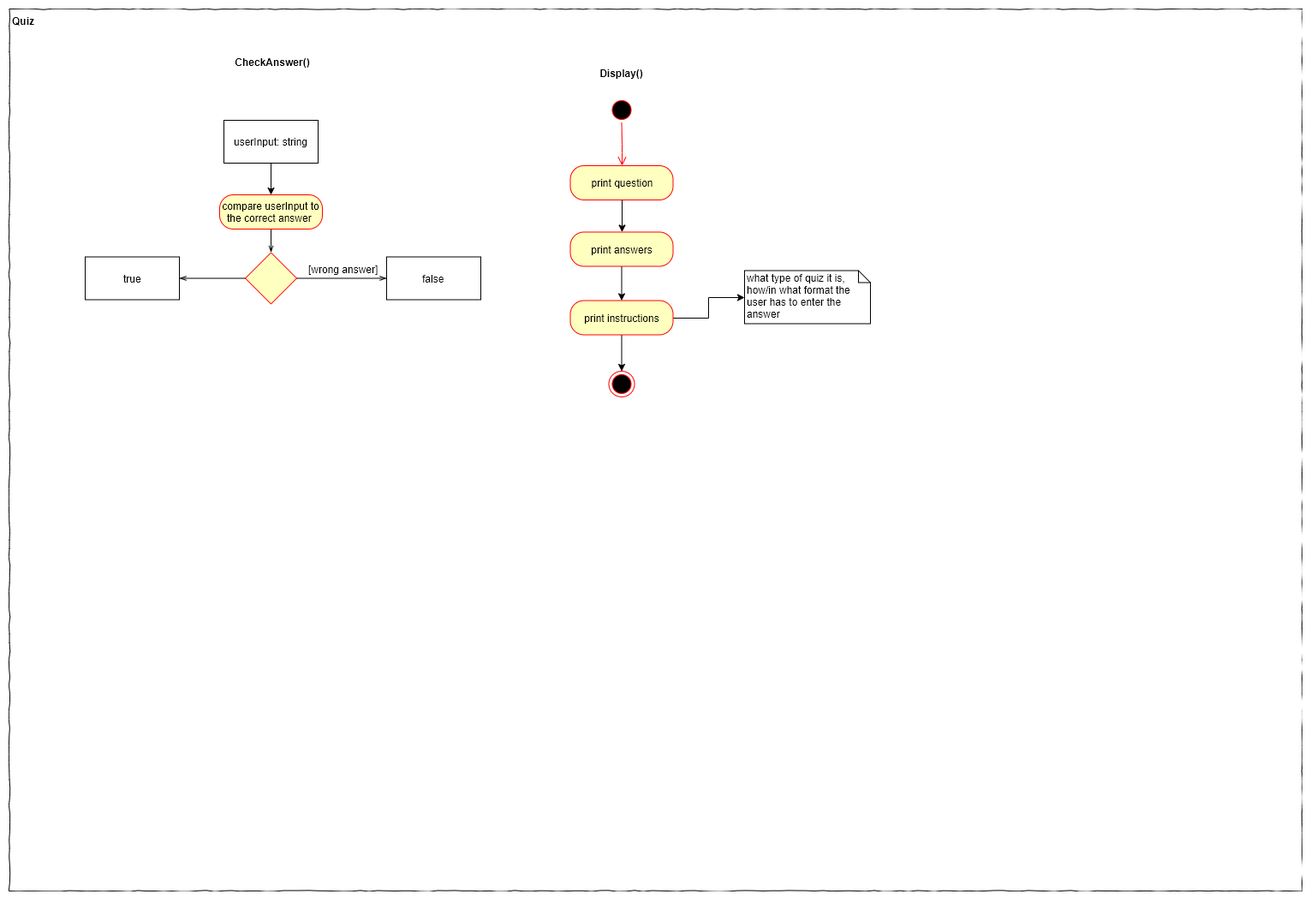
Earlier version of the draw.io export UML Diagramme/Quiz/Quiz-Quiz.png (Lichtfarbenspiel/Softwaredesign). Source tidied: cells renumbered, new cells last; positions are measured from the earlier drawing's top-left corner, leaving out a move shared by most shapes.
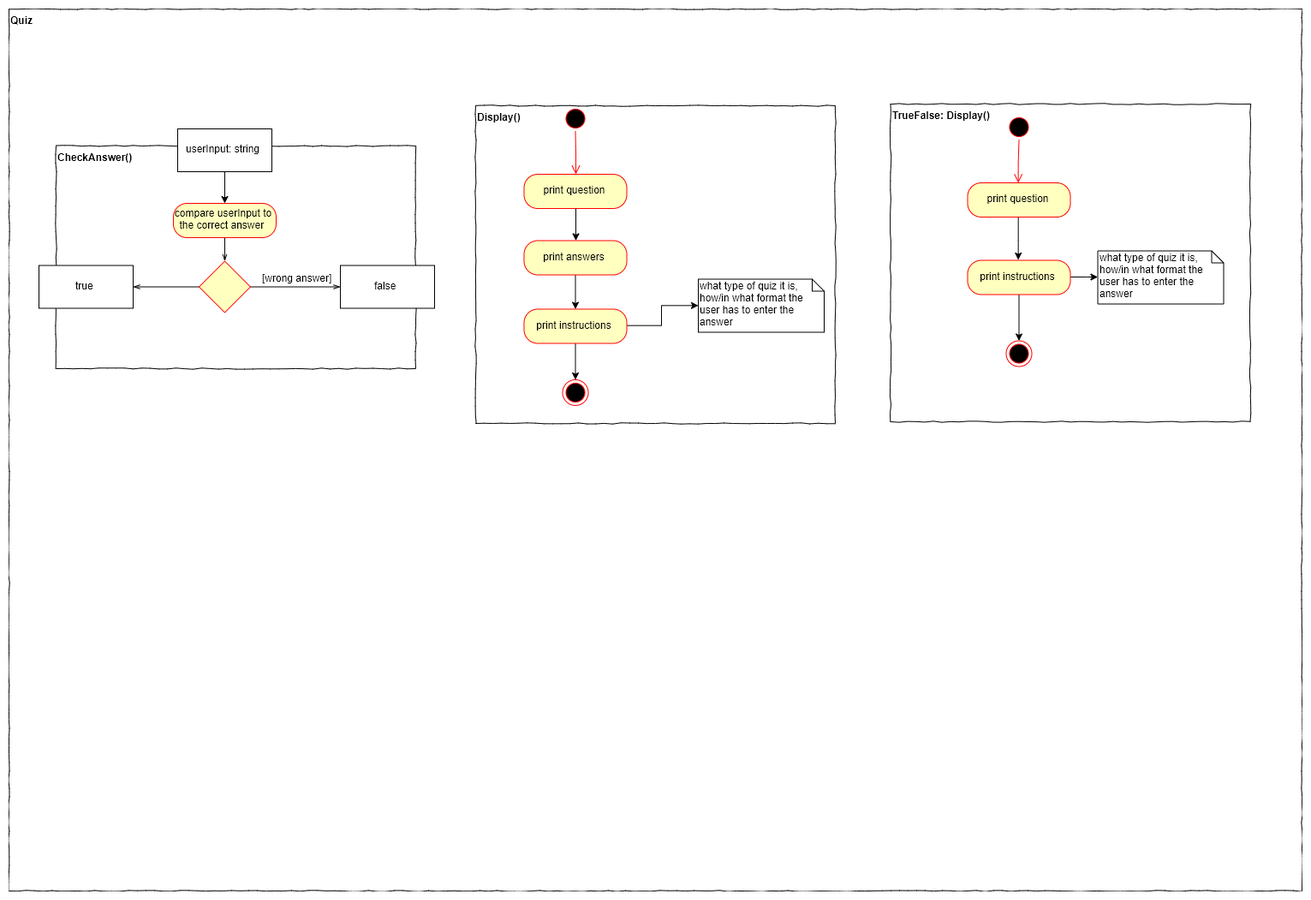
Above is the later version.

Commit message:
Quiz diagram

Change to the diagram source:
```diff
@@ -3,11 +3,14 @@
     <mxCell id="0" />
     <mxCell id="1" parent="0" />
     <mxCell id="2" value="&lt;div style=&quot;text-align: left&quot;&gt;&lt;b&gt;Quiz&lt;/b&gt;&lt;/div&gt;" style="rounded=0;whiteSpace=wrap;html=1;shadow=0;glass=0;comic=1;strokeColor=#000000;labelPosition=center;verticalLabelPosition=middle;align=left;verticalAlign=top;absoluteArcSize=1;arcSize=50;" parent="1" vertex="1">
-      <mxGeometry x="-0.5" width="1510" height="1030" as="geometry" />
+      <mxGeometry x="53" y="-10" width="1510" height="1030" as="geometry" />
     </mxCell>
-    <mxCell id="3" value="Display()" style="text;align=center;fontStyle=1;verticalAlign=middle;spacingLeft=3;spacingRight=3;strokeColor=none;fillColor=#FFFFFF;" parent="1" vertex="1">
-      <mxGeometry x="674.5" y="63" width="80" height="26" as="geometry" />
+    <mxCell id="3" value="&lt;div style=&quot;text-align: left&quot;&gt;&lt;span style=&quot;font-weight: 700 ; text-align: center ; white-space: nowrap&quot;&gt;Display()&lt;/span&gt;&lt;br&gt;&lt;/div&gt;" style="rounded=0;whiteSpace=wrap;html=1;shadow=0;glass=0;comic=1;strokeColor=#000000;labelPosition=center;verticalLabelPosition=middle;align=left;verticalAlign=top;absoluteArcSize=1;arcSize=50;" parent="1" vertex="1">
+      <mxGeometry x="598" y="103" width="420" height="371" as="geometry" />
     </mxCell>
+    <mxCell id="13" value="&lt;div style=&quot;text-align: left&quot;&gt;&lt;span style=&quot;font-weight: 700 ; text-align: center ; white-space: nowrap&quot;&gt;CheckAnswer()&lt;/span&gt;&lt;br&gt;&lt;/div&gt;" style="rounded=0;whiteSpace=wrap;html=1;shadow=0;glass=0;comic=1;strokeColor=#000000;labelPosition=center;verticalLabelPosition=middle;align=left;verticalAlign=top;absoluteArcSize=1;arcSize=50;" parent="1" vertex="1">
+      <mxGeometry x="108" y="150" width="420" height="260" as="geometry" />
+    </mxCell>
     <mxCell id="4" style="ellipse;html=1;shape=startState;fillColor=#000000;strokeColor=#ff0000;" parent="1" vertex="1">
       <mxGeometry x="699.5" y="103" width="30" height="30" as="geometry" />
     </mxCell>
@@ -35,9 +38,6 @@
     <mxCell id="12" value="print instructions" style="rounded=1;whiteSpace=wrap;html=1;arcSize=40;fontColor=#000000;fillColor=#ffffc0;strokeColor=#ff0000;" parent="1" vertex="1">
       <mxGeometry x="654.5" y="340.5" width="120" height="40" as="geometry" />
     </mxCell>
-    <mxCell id="13" value="CheckAnswer()" style="text;align=center;fontStyle=1;verticalAlign=middle;spacingLeft=3;spacingRight=3;strokeColor=none;fillColor=#FFFFFF;" parent="1" vertex="1">
-      <mxGeometry x="267" y="50" width="80" height="26" as="geometry" />
-    </mxCell>
     <mxCell id="14" style="edgeStyle=orthogonalEdgeStyle;rounded=0;jettySize=auto;html=1;endArrow=openThin;endFill=0;" parent="1" edge="1" source="15" target="21">
       <mxGeometry relative="1" as="geometry" />
     </mxCell>
@@ -74,5 +74,35 @@
     <mxCell id="25" value="what type of quiz it is, how/in what format the user has to enter the answer" style="shape=note;whiteSpace=wrap;html=1;size=14;verticalAlign=top;align=left;spacingTop=-6;" parent="1" vertex="1">
       <mxGeometry x="858" y="305.5" width="147" height="62" as="geometry" />
     </mxCell>
+    <mxCell id="26" value="&lt;div style=&quot;text-align: left&quot;&gt;&lt;span style=&quot;font-weight: 700 ; text-align: center ; white-space: nowrap&quot;&gt;TrueFalse: Display()&amp;nbsp;&lt;/span&gt;&lt;br&gt;&lt;/div&gt;" style="rounded=0;whiteSpace=wrap;html=1;shadow=0;glass=0;comic=1;strokeColor=#000000;labelPosition=center;verticalLabelPosition=middle;align=left;verticalAlign=top;absoluteArcSize=1;arcSize=50;" parent="1" vertex="1">
+      <mxGeometry x="1082.5" y="101" width="420" height="371" as="geometry" />
+    </mxCell>
+    <mxCell id="27" style="ellipse;html=1;shape=startState;fillColor=#000000;strokeColor=#ff0000;" parent="1" vertex="1">
+      <mxGeometry x="1217.5" y="113" width="30" height="30" as="geometry" />
+    </mxCell>
+    <mxCell id="28" style="edgeStyle=orthogonalEdgeStyle;html=1;verticalAlign=bottom;endArrow=open;endSize=8;strokeColor=#ff0000;entryX=0.5;entryY=0;entryDx=0;entryDy=0;" parent="1" edge="1" source="27" target="30">
+      <mxGeometry relative="1" as="geometry" />
+    </mxCell>
+    <mxCell id="29" style="edgeStyle=orthogonalEdgeStyle;rounded=0;jettySize=auto;html=1;entryX=0.5;entryY=0;entryDx=0;entryDy=0;" parent="1" edge="1" source="30" target="33">
+      <mxGeometry relative="1" as="geometry" />
+    </mxCell>
+    <mxCell id="30" value="print question" style="rounded=1;whiteSpace=wrap;html=1;arcSize=40;fontColor=#000000;fillColor=#ffffc0;strokeColor=#ff0000;" parent="1" vertex="1">
+      <mxGeometry x="1172.5" y="193" width="120" height="40" as="geometry" />
+    </mxCell>
+    <mxCell id="31" style="edgeStyle=orthogonalEdgeStyle;rounded=0;jettySize=auto;html=1;" parent="1" edge="1" source="33" target="34">
+      <mxGeometry relative="1" as="geometry" />
+    </mxCell>
+    <mxCell id="32" style="edgeStyle=orthogonalEdgeStyle;rounded=0;jettySize=auto;html=1;" parent="1" edge="1" source="33" target="35">
+      <mxGeometry relative="1" as="geometry" />
+    </mxCell>
+    <mxCell id="33" value="print instructions" style="rounded=1;whiteSpace=wrap;html=1;arcSize=40;fontColor=#000000;fillColor=#ffffc0;strokeColor=#ff0000;" parent="1" vertex="1">
+      <mxGeometry x="1172.5" y="283.5" width="120" height="40" as="geometry" />
+    </mxCell>
+    <mxCell id="34" style="ellipse;html=1;shape=endState;fillColor=#000000;strokeColor=#ff0000;" parent="1" vertex="1">
+      <mxGeometry x="1217.5" y="377.5" width="30" height="30" as="geometry" />
+    </mxCell>
+    <mxCell id="35" value="what type of quiz it is, how/in what format the user has to enter the answer" style="shape=note;whiteSpace=wrap;html=1;size=14;verticalAlign=top;align=left;spacingTop=-6;" parent="1" vertex="1">
+      <mxGeometry x="1324.5" y="272.5" width="147" height="62" as="geometry" />
+    </mxCell>
   </root>
 </mxGraphModel>
```
